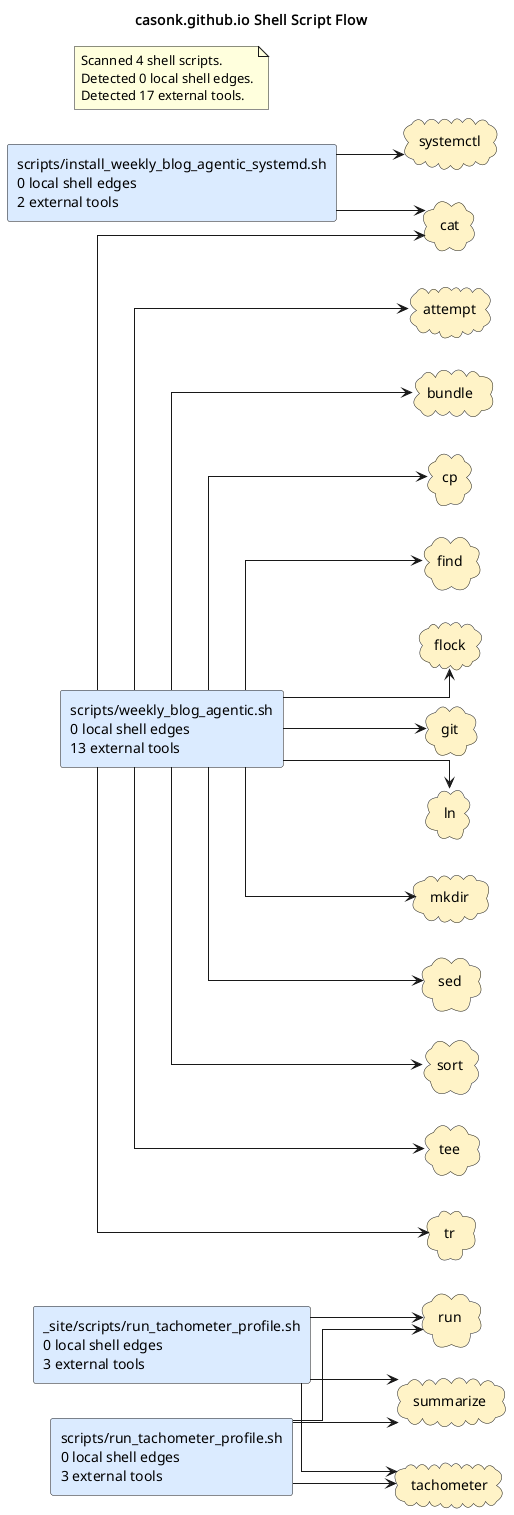
Before: docs/diagrams/shell-call-graph.puml.png, a diagram exported from PlantUML (casonk/casonk.github.io).
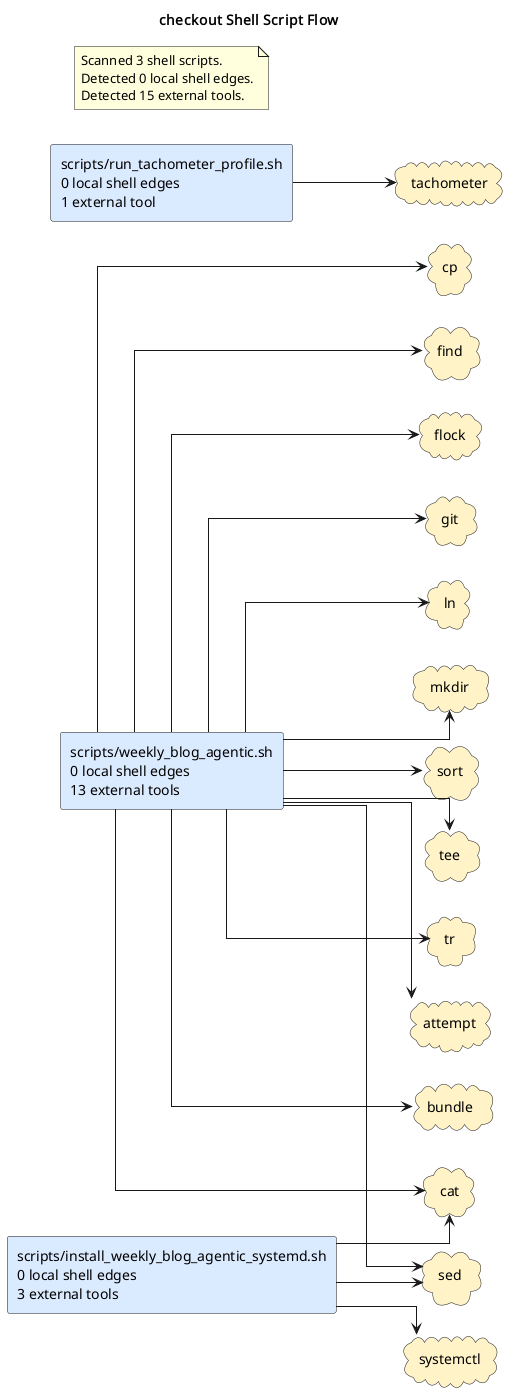
After the change.

Change to the diagram source:
```diff
@@ -1,13 +1,12 @@
 @startuml
-title casonk.github.io Shell Script Flow
+title checkout Shell Script Flow
 left to right direction
 skinparam shadowing false
 skinparam defaultFontName Monospace
 skinparam componentStyle rectangle
 skinparam linetype ortho
-rectangle "_site/scripts/run_tachometer_profile.sh\n0 local shell edges\n3 external tools" as shell_site_scripts_run_tachometer_profile_sh #DBEAFE
-rectangle "scripts/install_weekly_blog_agentic_systemd.sh\n0 local shell edges\n2 external tools" as shell_scripts_install_weekly_blog_agentic_systemd_sh #DBEAFE
-rectangle "scripts/run_tachometer_profile.sh\n0 local shell edges\n3 external tools" as shell_scripts_run_tachometer_profile_sh #DBEAFE
+rectangle "scripts/install_weekly_blog_agentic_systemd.sh\n0 local shell edges\n3 external tools" as shell_scripts_install_weekly_blog_agentic_systemd_sh #DBEAFE
+rectangle "scripts/run_tachometer_profile.sh\n0 local shell edges\n1 external tool" as shell_scripts_run_tachometer_profile_sh #DBEAFE
 rectangle "scripts/weekly_blog_agentic.sh\n0 local shell edges\n13 external tools" as shell_scripts_weekly_blog_agentic_sh #DBEAFE
 cloud "attempt" as tool_attempt #FEF3C7
 cloud "bundle" as tool_bundle #FEF3C7
@@ -18,18 +17,15 @@
 cloud "git" as tool_git #FEF3C7
 cloud "ln" as tool_ln #FEF3C7
 cloud "mkdir" as tool_mkdir #FEF3C7
-cloud "run" as tool_run #FEF3C7
 cloud "sed" as tool_sed #FEF3C7
 cloud "sort" as tool_sort #FEF3C7
-cloud "summarize" as tool_summarize #FEF3C7
 cloud "systemctl" as tool_systemctl #FEF3C7
 cloud "tachometer" as tool_tachometer #FEF3C7
 cloud "tee" as tool_tee #FEF3C7
 cloud "tr" as tool_tr #FEF3C7
 shell_scripts_install_weekly_blog_agentic_systemd_sh --> tool_cat
+shell_scripts_install_weekly_blog_agentic_systemd_sh --> tool_sed
 shell_scripts_install_weekly_blog_agentic_systemd_sh --> tool_systemctl
-shell_scripts_run_tachometer_profile_sh --> tool_run
-shell_scripts_run_tachometer_profile_sh --> tool_summarize
 shell_scripts_run_tachometer_profile_sh --> tool_tachometer
 shell_scripts_weekly_blog_agentic_sh --> tool_attempt
 shell_scripts_weekly_blog_agentic_sh --> tool_bundle
@@ -44,12 +40,9 @@
 shell_scripts_weekly_blog_agentic_sh --> tool_sort
 shell_scripts_weekly_blog_agentic_sh --> tool_tee
 shell_scripts_weekly_blog_agentic_sh --> tool_tr
-shell_site_scripts_run_tachometer_profile_sh --> tool_run
-shell_site_scripts_run_tachometer_profile_sh --> tool_summarize
-shell_site_scripts_run_tachometer_profile_sh --> tool_tachometer
 note as shellGraphSummary
-Scanned 4 shell scripts.
+Scanned 3 shell scripts.
 Detected 0 local shell edges.
-Detected 17 external tools.
+Detected 15 external tools.
 end note
 @enduml
```
